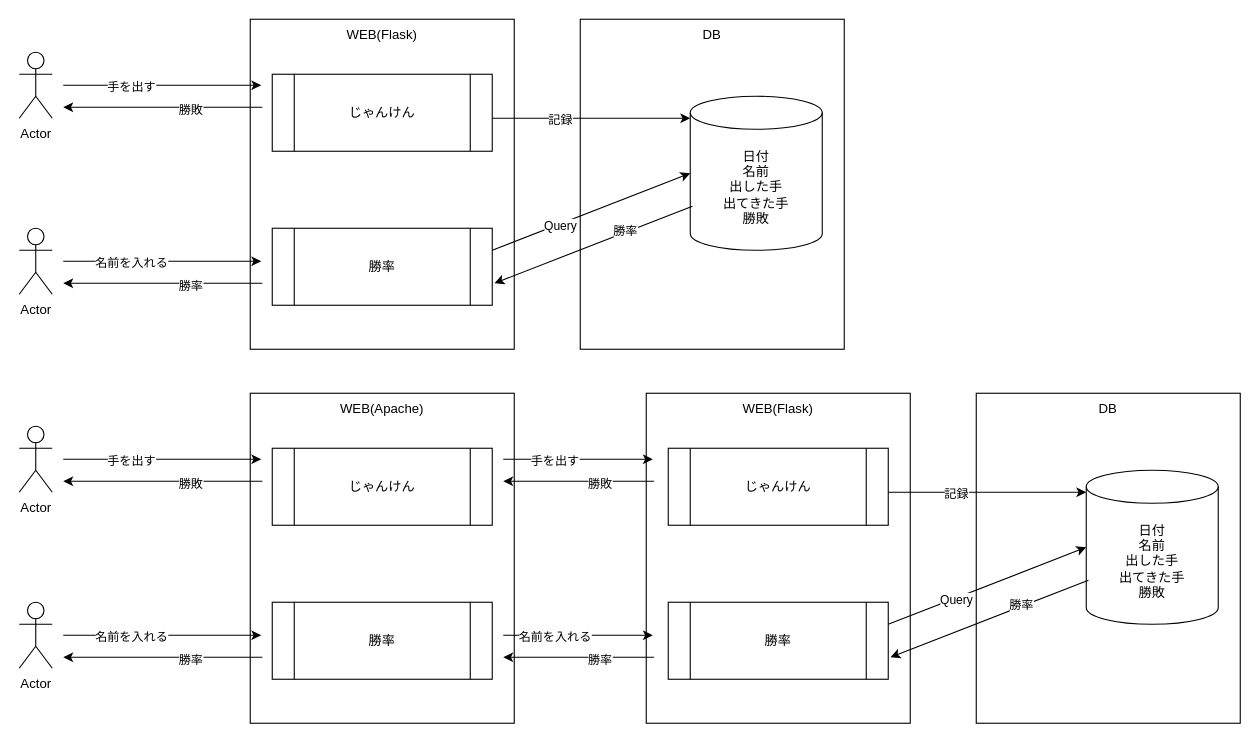
Before: basic_system.drawio in kayaru28/drawio, a draw.io diagram. Source tidied: cells renumbered, new cells numbered last; positions are measured from the earlier drawing's top-left corner, leaving out a move shared by most shapes. Both pictures are drawn from the tidied source at 110%, with x=0, y=0 at pixel (19, 19).
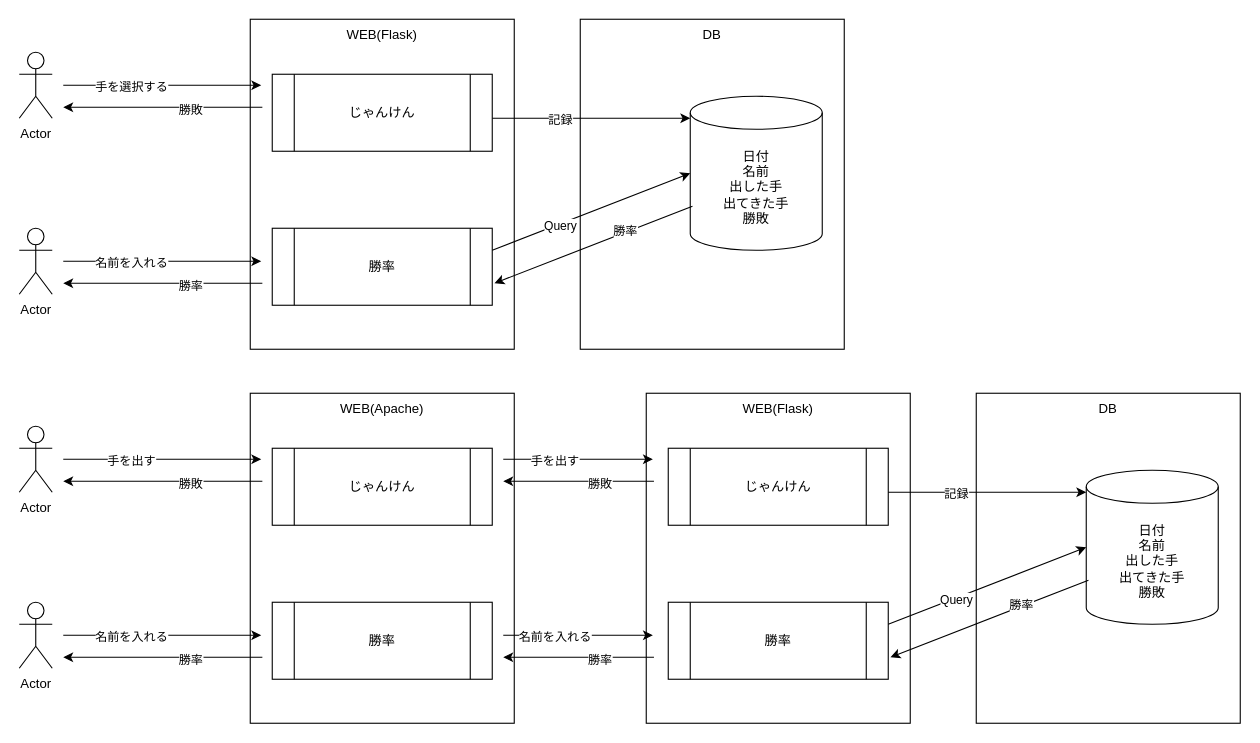
After the change.

The change refers to these unchanged cells:
```xml
<mxCell id="12" style="endArrow=classic;html=1;" parent="1" edge="1">
  <mxGeometry relative="1" as="geometry">
    <mxPoint x="40" y="60" as="sourcePoint" />
    <mxPoint x="220" y="60" as="targetPoint" />
  </mxGeometry>
</mxCell>
```

Change to the diagram source:
```diff
@@
-    <mxCell id="13" value="&lt;div&gt;手を出す&lt;/div&gt;" style="edgeLabel;html=1;align=center;verticalAlign=middle;" parent="12" vertex="1">
+    <mxCell id="13" value="&lt;div&gt;手を選択する&lt;/div&gt;" style="edgeLabel;html=1;align=center;verticalAlign=middle;" parent="12" vertex="1">
       <mxGeometry x="-0.32" y="-1" relative="1" as="geometry" />
     </mxCell>
```
